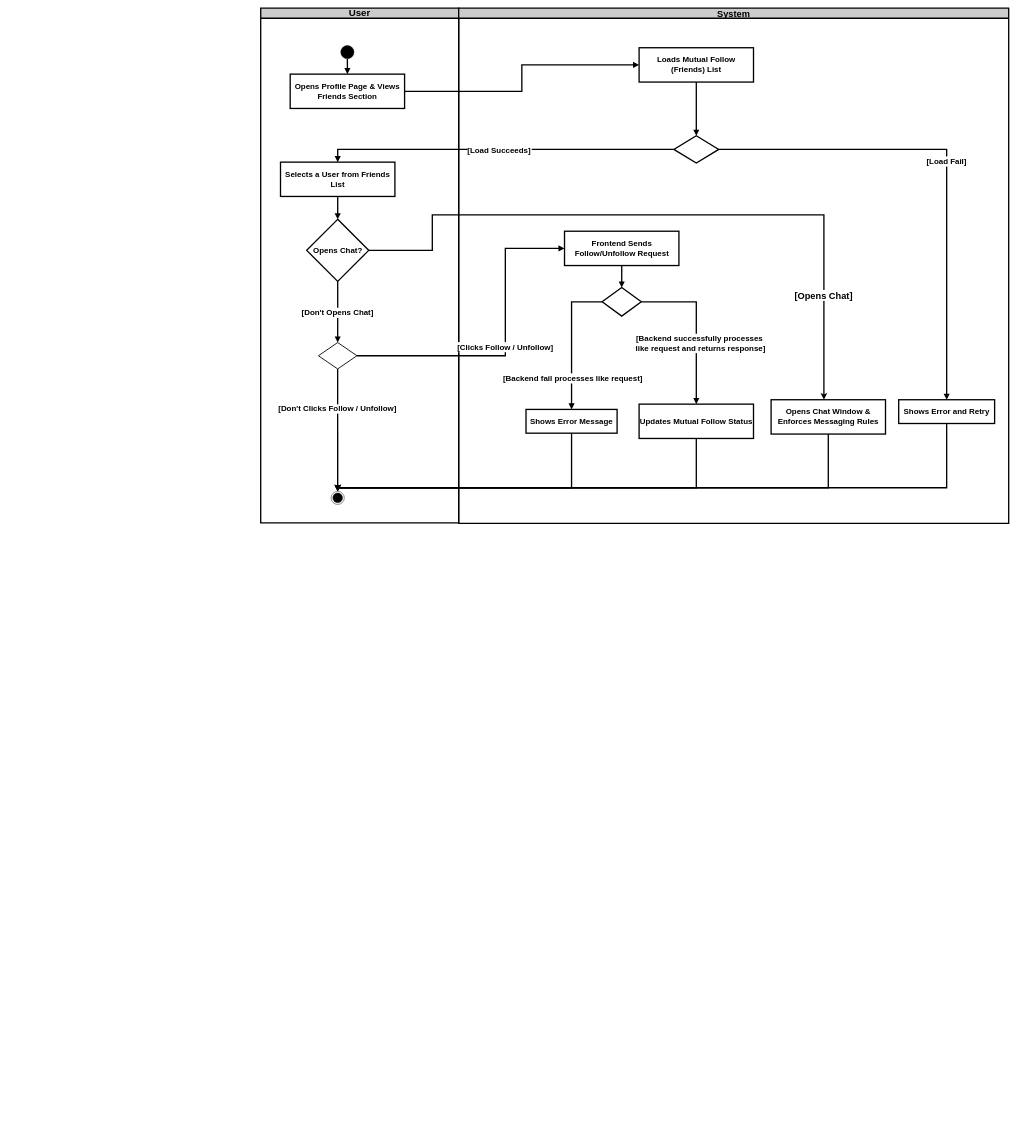
Before: page "18" (18 of 24) of ActivityDiargm.drawio in pzyllll/Graduation-project-document, a draw.io diagram. Source tidied: cells renumbered, new cells numbered last; positions are measured from the earlier drawing's top-left corner, leaving out a move shared by most shapes. Both pictures are drawn from the tidied source at 44%, with x=0, y=0 at pixel (260, 8).
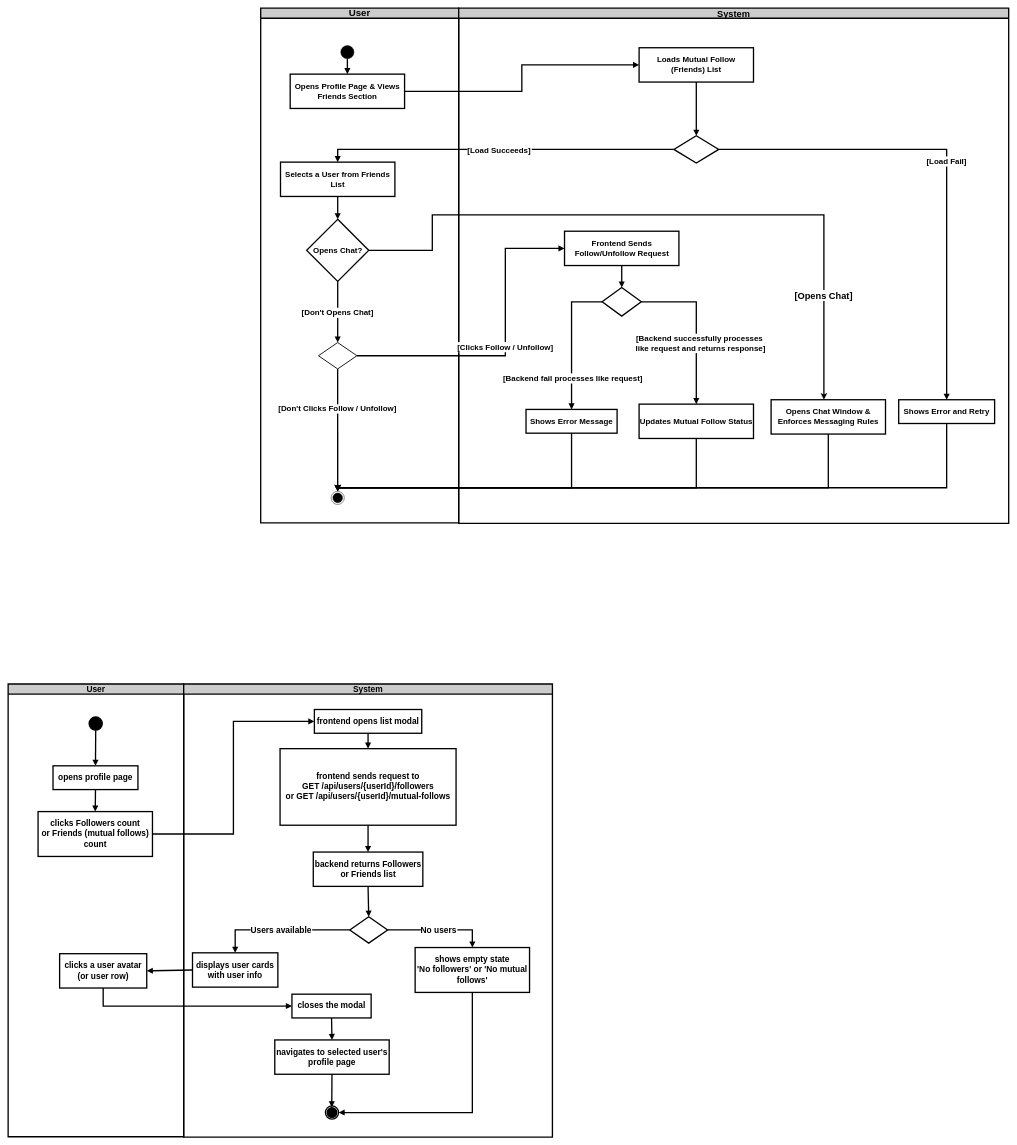
Above is the later version.

What changed in the source:
```diff
@@
+    <mxCell id="37" style="startArrow=none;endArrow=block;exitX=1;exitY=0.5;entryX=0;entryY=0.5;rounded=0;entryDx=0;entryDy=0;edgeStyle=orthogonalEdgeStyle;exitDx=0;exitDy=0;strokeWidth=3;fontStyle=1;fontSize=19;" parent="1" edge="1" source="40" target="45">
+      <mxGeometry relative="1" as="geometry" />
+    </mxCell>
+    <mxCell id="38" value="User" style="swimlane;whiteSpace=wrap;html=1;fillColor=#CCCCCC;strokeWidth=3;fontStyle=1;fontSize=19;" parent="1" vertex="1">
+      <mxGeometry x="-574" y="1536" width="399" height="1029" as="geometry" />
+    </mxCell>
+    <mxCell id="39" value="opens profile page" style="whiteSpace=wrap;strokeWidth=3;fontStyle=1;fontSize=19;" parent="38" vertex="1">
+      <mxGeometry x="102" y="186" width="193" height="54" as="geometry" />
+    </mxCell>
+    <mxCell id="40" value="clicks Followers count&#10;or Friends (mutual follows) count" style="whiteSpace=wrap;strokeWidth=3;fontStyle=1;fontSize=19;" parent="38" vertex="1">
+      <mxGeometry x="68" y="290" width="260" height="102" as="geometry" />
+    </mxCell>
+    <mxCell id="41" style="curved=1;startArrow=none;endArrow=block;entryX=0.5;entryY=0;rounded=0;strokeWidth=3;fontStyle=1;fontSize=19;" parent="38" edge="1" source="43" target="39">
+      <mxGeometry relative="1" as="geometry" />
+    </mxCell>
+    <mxCell id="42" style="curved=1;startArrow=none;endArrow=block;exitX=0.5;exitY=1;entryX=0.5;entryY=0;rounded=0;strokeWidth=3;fontStyle=1;fontSize=19;" parent="38" edge="1" source="39" target="40">
+      <mxGeometry relative="1" as="geometry" />
+    </mxCell>
+    <mxCell id="43" style="ellipse;fillColor=strokeColor;html=1;strokeWidth=3;fontStyle=1;fontSize=19;" parent="38" vertex="1">
+      <mxGeometry x="184" y="75" width="30" height="30" as="geometry" />
+    </mxCell>
+    <mxCell id="44" value="System" style="swimlane;whiteSpace=wrap;html=1;fillColor=#CCCCCC;strokeWidth=3;fontStyle=1;fontSize=19;" parent="1" vertex="1">
+      <mxGeometry x="-175" y="1536" width="838" height="1030" as="geometry" />
+    </mxCell>
+    <mxCell id="45" value="frontend opens list modal" style="whiteSpace=wrap;strokeWidth=3;fontStyle=1;fontSize=19;" parent="44" vertex="1">
+      <mxGeometry x="297" y="58" width="244" height="54" as="geometry" />
+    </mxCell>
+    <mxCell id="46" value="frontend sends request to&#10;GET /api/users/{userId}/followers&#10;or GET /api/users/{userId}/mutual-follows" style="whiteSpace=wrap;strokeWidth=3;fontStyle=1;fontSize=19;" parent="44" vertex="1">
+      <mxGeometry x="219" y="147" width="400" height="174" as="geometry" />
+    </mxCell>
+    <mxCell id="47" value="backend returns Followers&#10;or Friends list" style="whiteSpace=wrap;strokeWidth=3;fontStyle=1;fontSize=19;" parent="44" vertex="1">
+      <mxGeometry x="294.5" y="382" width="249" height="78" as="geometry" />
+    </mxCell>
+    <mxCell id="48" style="rhombus;strokeWidth=3;whiteSpace=wrap;fontStyle=1;fontSize=19;" parent="44" vertex="1">
+      <mxGeometry x="377.5" y="529" width="86" height="60" as="geometry" />
+    </mxCell>
+    <mxCell id="49" style="curved=1;startArrow=none;endArrow=block;exitX=0.5;exitY=1;entryX=0.5;entryY=0;rounded=0;strokeWidth=3;fontStyle=1;fontSize=19;" parent="44" edge="1" source="45" target="46">
+      <mxGeometry relative="1" as="geometry" />
+    </mxCell>
+    <mxCell id="50" style="curved=1;startArrow=none;endArrow=block;exitX=0.5;exitY=1;rounded=0;strokeWidth=3;fontStyle=1;fontSize=19;" parent="44" edge="1" source="46" target="47">
+      <mxGeometry relative="1" as="geometry" />
+    </mxCell>
+    <mxCell id="51" style="curved=1;startArrow=none;endArrow=block;exitX=0.5;exitY=1;entryX=0.5;entryY=0;rounded=0;strokeWidth=3;fontStyle=1;fontSize=19;" parent="44" edge="1" source="47" target="48">
+      <mxGeometry relative="1" as="geometry" />
+    </mxCell>
+    <mxCell id="52" value="No users" style="startArrow=none;endArrow=block;exitX=1;exitY=0.5;entryX=0.5;entryY=0;rounded=0;exitDx=0;exitDy=0;edgeStyle=orthogonalEdgeStyle;strokeWidth=3;fontStyle=1;fontSize=19;" parent="44" edge="1" source="48" target="57">
+      <mxGeometry relative="1" as="geometry" />
+    </mxCell>
+    <mxCell id="53" value="Users available" style="startArrow=none;endArrow=block;exitX=0;exitY=0.5;entryX=0.5;entryY=0;rounded=0;exitDx=0;exitDy=0;edgeStyle=orthogonalEdgeStyle;strokeWidth=3;fontStyle=1;fontSize=19;" parent="44" edge="1" source="48" target="58">
+      <mxGeometry relative="1" as="geometry" />
+    </mxCell>
+    <mxCell id="54" style="startArrow=none;endArrow=block;exitX=0;exitY=0.5;entryX=1;entryY=0.5;rounded=0;entryDx=0;entryDy=0;exitDx=0;exitDy=0;strokeWidth=3;fontStyle=1;fontSize=19;" parent="44" edge="1" source="58" target="56">
+      <mxGeometry relative="1" as="geometry" />
+    </mxCell>
+    <mxCell id="55" style="startArrow=none;endArrow=block;exitX=0.5;exitY=1;entryX=0;entryY=0.5;rounded=0;entryDx=0;entryDy=0;edgeStyle=orthogonalEdgeStyle;strokeWidth=3;fontStyle=1;fontSize=19;" parent="44" edge="1" source="56" target="59">
+      <mxGeometry relative="1" as="geometry" />
+    </mxCell>
+    <mxCell id="56" value="clicks a user avatar&#10;(or user row)" style="whiteSpace=wrap;strokeWidth=3;fontStyle=1;fontSize=19;" parent="44" vertex="1">
+      <mxGeometry x="-282" y="613" width="198" height="78" as="geometry" />
+    </mxCell>
+    <mxCell id="57" value="shows empty state&#10;'No followers' or 'No mutual follows'" style="whiteSpace=wrap;strokeWidth=3;fontStyle=1;fontSize=19;" parent="44" vertex="1">
+      <mxGeometry x="526" y="599" width="260" height="102" as="geometry" />
+    </mxCell>
+    <mxCell id="58" value="displays user cards&#10;with user info" style="whiteSpace=wrap;strokeWidth=3;fontStyle=1;fontSize=19;" parent="44" vertex="1">
+      <mxGeometry x="20" y="611" width="194" height="78" as="geometry" />
+    </mxCell>
+    <mxCell id="59" value="closes the modal" style="whiteSpace=wrap;strokeWidth=3;fontStyle=1;fontSize=19;" parent="44" vertex="1">
+      <mxGeometry x="246" y="705" width="180" height="54" as="geometry" />
+    </mxCell>
+    <mxCell id="60" value="navigates to selected user's profile page" style="whiteSpace=wrap;strokeWidth=3;fontStyle=1;fontSize=19;" parent="44" vertex="1">
+      <mxGeometry x="207" y="809" width="260" height="78" as="geometry" />
+    </mxCell>
+    <mxCell id="61" style="startArrow=none;endArrow=block;exitX=0.5;exitY=1;entryX=1;entryY=0.5;rounded=0;entryDx=0;entryDy=0;edgeStyle=orthogonalEdgeStyle;strokeWidth=3;fontStyle=1;fontSize=19;" parent="44" edge="1" source="57" target="64">
+      <mxGeometry relative="1" as="geometry" />
+    </mxCell>
+    <mxCell id="62" style="curved=1;startArrow=none;endArrow=block;exitX=0.5;exitY=1;entryX=0.5;entryY=0;rounded=0;strokeWidth=3;fontStyle=1;fontSize=19;" parent="44" edge="1" source="59" target="60">
+      <mxGeometry relative="1" as="geometry" />
+    </mxCell>
+    <mxCell id="63" style="curved=1;startArrow=none;endArrow=block;exitX=0.5;exitY=1;entryX=0.5;entryY=0;rounded=0;strokeWidth=3;fontStyle=1;fontSize=19;" parent="44" edge="1" source="60">
+      <mxGeometry relative="1" as="geometry">
+        <mxPoint x="336.5" y="962" as="targetPoint" />
+      </mxGeometry>
+    </mxCell>
+    <mxCell id="64" style="ellipse;html=1;shape=endState;fillColor=strokeColor;strokeWidth=3;fontStyle=1;fontSize=19;" parent="44" vertex="1">
+      <mxGeometry x="322" y="959" width="30" height="30" as="geometry" />
+    </mxCell>
```
